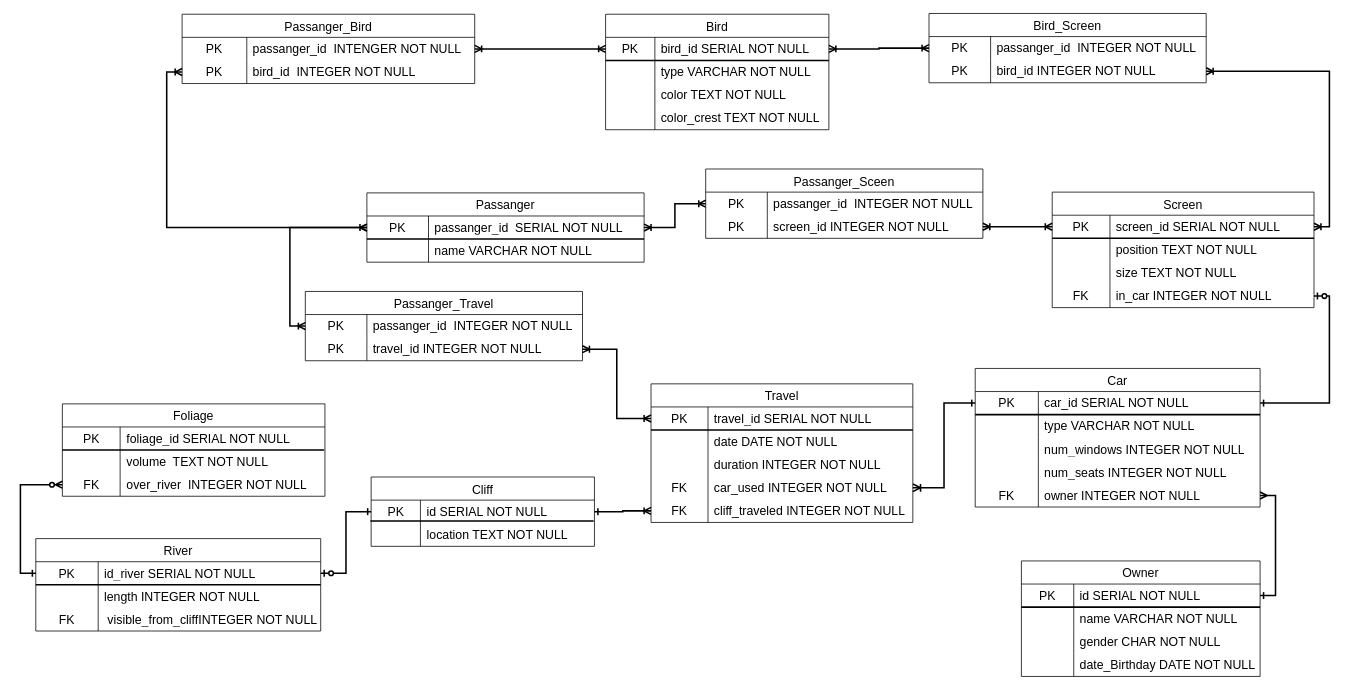
This is Untitled Diagram.drawio from J-RAY3E/UNI, a draw.io file, before an edit. Source tidied: cells renumbered, new cells numbered last; positions are measured from the earlier drawing's top-left corner, leaving out a move shared by most shapes. Both pictures are drawn from the tidied source at 77%, with x=0, y=0 at pixel (20, 13).
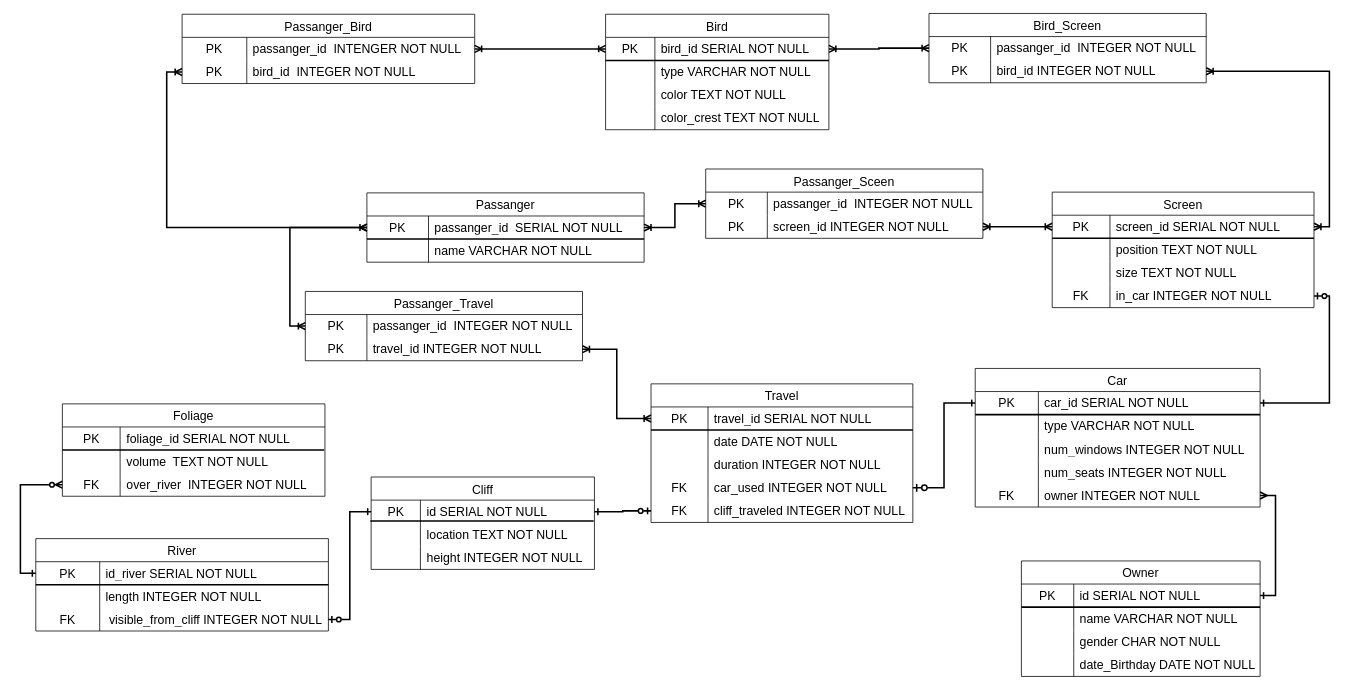
After the change.

Unchanged cells that the change refers to:
```xml
<mxCell id="17" style="shape=tableRow;horizontal=0;startSize=0;swimlaneHead=0;swimlaneBody=0;top=0;left=0;bottom=0;right=0;fillColor=none;points=[[0,0.5],[1,0.5]];portConstraint=eastwest;strokeColor=inherit;fontSize=16;" parent="16" vertex="1">
  <mxGeometry y="30" width="370" height="30" as="geometry" />
</mxCell>
<mxCell id="43" style="shape=tableRow;horizontal=0;startSize=0;swimlaneHead=0;swimlaneBody=0;top=0;left=0;bottom=0;right=0;fillColor=none;points=[[0,0.5],[1,0.5]];portConstraint=eastwest;strokeColor=inherit;fontSize=16;" parent="33" vertex="1">
  <mxGeometry y="120" width="340" height="30" as="geometry" />
</mxCell>
<mxCell id="46" style="shape=tableRow;horizontal=0;startSize=0;swimlaneHead=0;swimlaneBody=0;top=0;left=0;bottom=0;right=0;fillColor=none;points=[[0,0.5],[1,0.5]];portConstraint=eastwest;strokeColor=inherit;fontSize=16;" parent="33" vertex="1">
  <mxGeometry y="150" width="340" height="30" as="geometry" />
</mxCell>
<mxCell id="86" style="shape=tableRow;horizontal=0;startSize=0;swimlaneHead=0;swimlaneBody=0;top=0;left=0;bottom=0;right=0;fillColor=none;points=[[0,0.5],[1,0.5]];portConstraint=eastwest;strokeColor=inherit;fontSize=16;" parent="85" vertex="1">
  <mxGeometry y="30" width="290" height="30" as="geometry" />
</mxCell>
```

Change to the diagram source:
```diff
@@
     <mxCell id="85" value="Cliff" style="shape=table;startSize=30;childLayout=tableLayout;rowLines=0;fontStyle=0;strokeColor=default;fontSize=16;" parent="1" vertex="1">
-      <mxGeometry x="455.5" y="602" width="290" height="90" as="geometry" />
+      <mxGeometry x="455.5" y="602" width="290" height="120" as="geometry" />
     </mxCell>
@@
+    <mxCell id="158" style="shape=tableRow;horizontal=0;startSize=0;swimlaneHead=0;swimlaneBody=0;top=0;left=0;bottom=0;right=0;fillColor=none;strokeColor=inherit;fontSize=16;" parent="85" vertex="1">
+      <mxGeometry y="90" width="290" height="30" as="geometry" />
+    </mxCell>
+    <mxCell id="159" style="shape=partialRectangle;html=1;whiteSpace=wrap;fillColor=none;top=0;left=0;bottom=0;right=0;overflow=hidden;strokeColor=inherit;fontSize=16;" parent="158" vertex="1">
+      <mxGeometry width="64" height="30" as="geometry" />
+    </mxCell>
+    <mxCell id="160" value="height INTEGER NOT NULL" style="shape=partialRectangle;html=1;whiteSpace=wrap;fillColor=none;top=0;left=0;bottom=0;right=0;align=left;spacingLeft=6;overflow=hidden;strokeColor=inherit;fontSize=16;" parent="158" vertex="1">
+      <mxGeometry x="64" width="226" height="30" as="geometry" />
+    </mxCell>
@@
     <mxCell id="93" value="River" style="shape=table;startSize=30;childLayout=tableLayout;rowLines=0;fontStyle=0;strokeColor=default;fontSize=16;" parent="1" vertex="1">
-      <mxGeometry x="20" y="682" width="370" height="120" as="geometry" />
+      <mxGeometry x="20" y="682" width="380" height="120" as="geometry" />
     </mxCell>
     <mxCell id="94" style="shape=tableRow;horizontal=0;startSize=0;swimlaneHead=0;swimlaneBody=0;top=0;left=0;bottom=0;right=0;fillColor=none;points=[[0,0.5],[1,0.5]];portConstraint=eastwest;strokeColor=inherit;fontSize=16;" parent="93" vertex="1">
-      <mxGeometry y="30" width="370" height="30" as="geometry" />
+      <mxGeometry y="30" width="380" height="30" as="geometry" />
     </mxCell>
     <mxCell id="95" value="PK" style="shape=partialRectangle;html=1;whiteSpace=wrap;fillColor=none;top=0;left=0;bottom=0;right=0;overflow=hidden;strokeColor=inherit;fontSize=16;" parent="94" vertex="1">
-      <mxGeometry width="81" height="30" as="geometry" />
+      <mxGeometry width="83" height="30" as="geometry" />
     </mxCell>
     <mxCell id="96" value="id_river SERIAL NOT NULL" style="shape=partialRectangle;html=1;whiteSpace=wrap;fillColor=none;top=0;left=0;bottom=0;right=0;align=left;spacingLeft=6;overflow=hidden;strokeColor=inherit;fontSize=16;" parent="94" vertex="1">
-      <mxGeometry x="81" width="289" height="30" as="geometry" />
+      <mxGeometry x="83" width="297" height="30" as="geometry" />
     </mxCell>
     <mxCell id="97" style="shape=tableRow;horizontal=0;startSize=0;swimlaneHead=0;swimlaneBody=0;top=0;left=0;bottom=0;right=0;fillColor=none;strokeColor=inherit;fontSize=16;" parent="93" vertex="1">
-      <mxGeometry y="60" width="370" height="30" as="geometry" />
+      <mxGeometry y="60" width="380" height="30" as="geometry" />
     </mxCell>
     <mxCell id="98" style="shape=partialRectangle;html=1;whiteSpace=wrap;fillColor=none;top=0;left=0;bottom=0;right=0;overflow=hidden;strokeColor=inherit;fontSize=16;" parent="97" vertex="1">
-      <mxGeometry width="81" height="30" as="geometry" />
+      <mxGeometry width="83" height="30" as="geometry" />
     </mxCell>
     <mxCell id="99" value="length INTEGER NOT NULL" style="shape=partialRectangle;html=1;whiteSpace=wrap;fillColor=none;top=0;left=0;bottom=0;right=0;align=left;spacingLeft=6;overflow=hidden;strokeColor=inherit;fontSize=16;" parent="97" vertex="1">
-      <mxGeometry x="81" width="289" height="30" as="geometry" />
+      <mxGeometry x="83" width="297" height="30" as="geometry" />
     </mxCell>
     <mxCell id="100" style="shape=tableRow;horizontal=0;startSize=0;swimlaneHead=0;swimlaneBody=0;top=0;left=0;bottom=0;right=0;fillColor=none;points=[[0,0.5],[1,0.5]];portConstraint=eastwest;strokeColor=inherit;fontSize=16;" parent="93" vertex="1">
-      <mxGeometry y="90" width="370" height="30" as="geometry" />
+      <mxGeometry y="90" width="380" height="30" as="geometry" />
     </mxCell>
     <mxCell id="101" value="FK" style="shape=partialRectangle;html=1;whiteSpace=wrap;fillColor=none;top=0;left=0;bottom=0;right=0;overflow=hidden;strokeColor=inherit;fontSize=16;" parent="100" vertex="1">
-      <mxGeometry width="81" height="30" as="geometry" />
+      <mxGeometry width="83" height="30" as="geometry" />
     </mxCell>
-    <mxCell id="102" value="&amp;nbsp;visible_from_cliffINTEGER NOT NULL" style="shape=partialRectangle;html=1;whiteSpace=wrap;fillColor=none;top=0;left=0;bottom=0;right=0;align=left;spacingLeft=6;overflow=hidden;strokeColor=inherit;fontSize=16;" parent="100" vertex="1">
-      <mxGeometry x="81" width="289" height="30" as="geometry" />
+    <mxCell id="102" value="&amp;nbsp;visible_from_cliff INTEGER NOT NULL" style="shape=partialRectangle;html=1;whiteSpace=wrap;fillColor=none;top=0;left=0;bottom=0;right=0;align=left;spacingLeft=6;overflow=hidden;strokeColor=inherit;fontSize=16;" parent="100" vertex="1">
+      <mxGeometry x="83" width="297" height="30" as="geometry" />
     </mxCell>
     <mxCell id="103" style="line;strokeWidth=2;html=1;" parent="1" vertex="1">
-      <mxGeometry x="20" y="737" width="370" height="10" as="geometry" />
+      <mxGeometry x="20" y="737" width="380" height="10" as="geometry" />
     </mxCell>
@@
-    <mxCell id="138" style="edgeStyle=orthogonalEdgeStyle;rounded=0;jettySize=auto;html=1;exitX=1;exitY=0.5;exitDx=0;exitDy=0;entryX=0;entryY=0.5;entryDx=0;entryDy=0;endArrow=ERone;endFill=0;startArrow=ERzeroToOne;startFill=0;strokeWidth=2;" parent="1" edge="1" source="94" target="86">
+    <mxCell id="138" style="edgeStyle=orthogonalEdgeStyle;rounded=0;jettySize=auto;html=1;exitX=1;exitY=0.5;exitDx=0;exitDy=0;entryX=0;entryY=0.5;entryDx=0;entryDy=0;endArrow=ERone;endFill=0;startArrow=ERzeroToOne;startFill=0;strokeWidth=2;" parent="1" edge="1" source="100" target="86">
       <mxGeometry relative="1" as="geometry" />
     </mxCell>
-    <mxCell id="139" style="edgeStyle=orthogonalEdgeStyle;rounded=0;jettySize=auto;html=1;exitX=1;exitY=0.5;exitDx=0;exitDy=0;entryX=0;entryY=0.5;entryDx=0;entryDy=0;startArrow=ERone;startFill=0;endArrow=ERoneToMany;endFill=0;strokeWidth=2;" parent="1" edge="1" source="86" target="46">
+    <mxCell id="139" style="edgeStyle=orthogonalEdgeStyle;rounded=0;jettySize=auto;html=1;exitX=1;exitY=0.5;exitDx=0;exitDy=0;entryX=0;entryY=0.5;entryDx=0;entryDy=0;startArrow=ERone;startFill=0;endArrow=ERzeroToOne;endFill=0;strokeWidth=2;" parent="1" edge="1" source="86" target="46">
       <mxGeometry relative="1" as="geometry" />
     </mxCell>
@@
-    <mxCell id="155" style="edgeStyle=orthogonalEdgeStyle;rounded=0;jettySize=auto;html=1;entryX=1;entryY=0.5;entryDx=0;entryDy=0;startArrow=ERone;startFill=0;endArrow=ERoneToMany;endFill=0;endSize=7;strokeWidth=2;" parent="1" edge="1" source="17" target="43">
+    <mxCell id="155" style="edgeStyle=orthogonalEdgeStyle;rounded=0;jettySize=auto;html=1;entryX=1;entryY=0.5;entryDx=0;entryDy=0;startArrow=ERone;startFill=0;endArrow=ERzeroToOne;endFill=0;endSize=7;strokeWidth=2;" parent="1" edge="1" source="17" target="43">
       <mxGeometry relative="1" as="geometry" />
     </mxCell>
```
